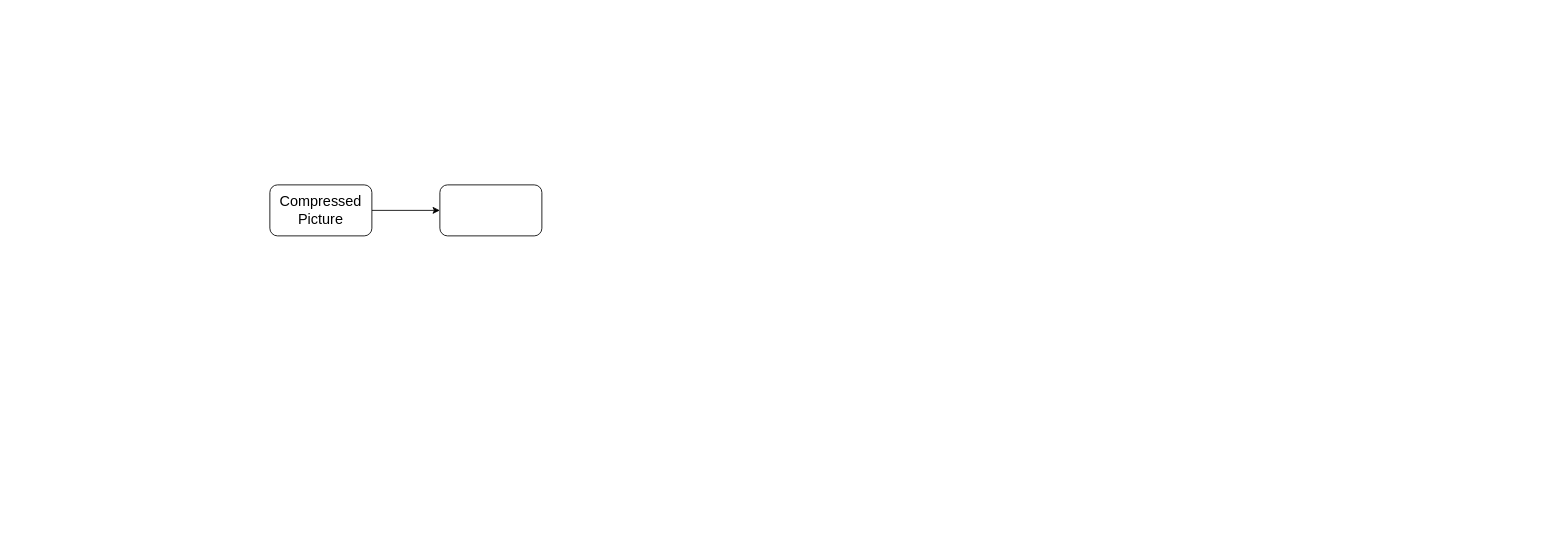
Before: USRP_Final.drawio in ethanul31c/Commlab_Final, a draw.io diagram. Source tidied: cells renumbered, new cells numbered last; positions are measured from the earlier drawing's top-left corner, leaving out a move shared by most shapes. Both pictures are drawn from the tidied source at 85%, with x=0, y=0 at pixel (269, 184).
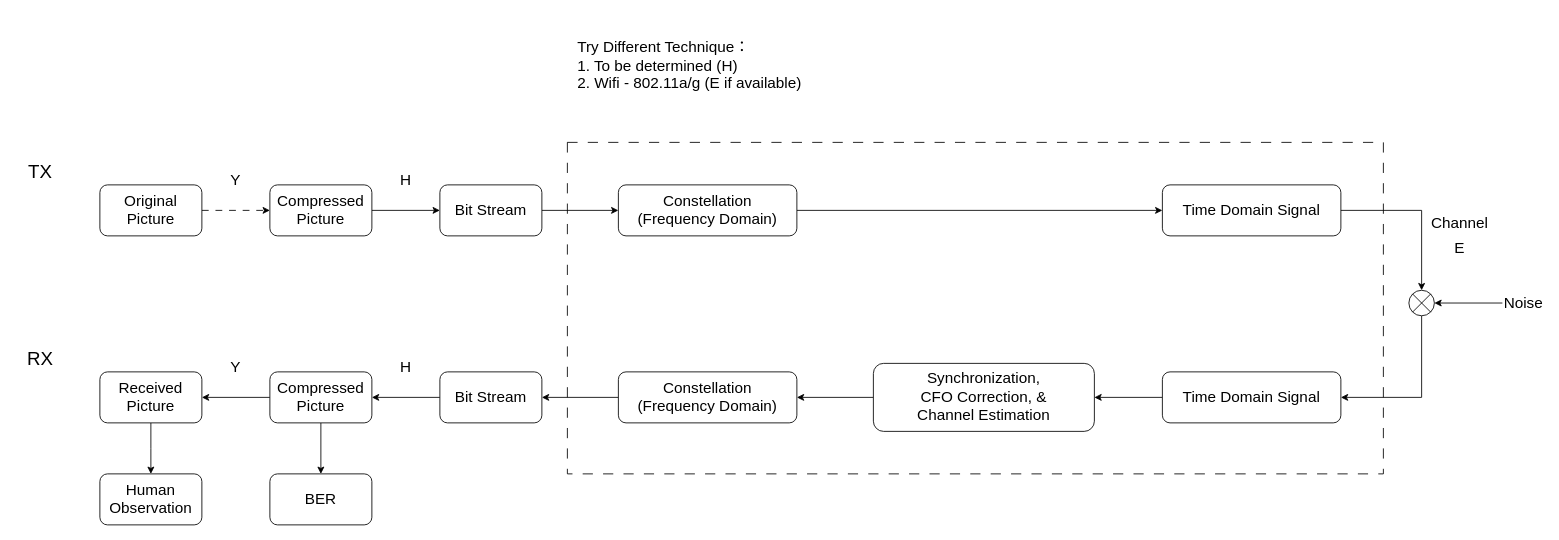
Above is the later version.

What changed in the source:
```diff
@@
-    <mxCell id="3" value="Compressed&lt;div&gt;Picture&lt;/div&gt;" style="rounded=1;whiteSpace=wrap;html=1;fontSize=17;" parent="1" vertex="1">
+    <mxCell id="3" value="Compressed&lt;div&gt;Picture&lt;/div&gt;" style="rounded=1;whiteSpace=wrap;html=1;fontSize=18;" parent="1" vertex="1">
       <mxGeometry width="120" height="60" as="geometry" />
     </mxCell>
+    <mxCell id="5" style="edgeStyle=orthogonalEdgeStyle;rounded=0;jettySize=auto;html=1;exitX=1;exitY=0.5;exitDx=0;exitDy=0;entryX=0;entryY=0.5;entryDx=0;entryDy=0;" parent="1" edge="1" source="4" target="7">
+      <mxGeometry relative="1" as="geometry" />
+    </mxCell>
-    <mxCell id="4" style="rounded=1;whiteSpace=wrap;html=1;" parent="1" vertex="1">
+    <mxCell id="4" value="Bit Stream" style="rounded=1;whiteSpace=wrap;html=1;fontSize=18;" parent="1" vertex="1">
       <mxGeometry x="200" width="120" height="60" as="geometry" />
     </mxCell>
+    <mxCell id="6" style="edgeStyle=orthogonalEdgeStyle;rounded=0;jettySize=auto;html=1;exitX=1;exitY=0.5;exitDx=0;exitDy=0;entryX=0;entryY=0.5;entryDx=0;entryDy=0;" parent="1" edge="1" source="7" target="11">
+      <mxGeometry relative="1" as="geometry" />
+    </mxCell>
+    <mxCell id="7" value="Constellation&lt;div&gt;(Frequency Domain)&lt;/div&gt;" style="rounded=1;whiteSpace=wrap;html=1;fontSize=18;" parent="1" vertex="1">
+      <mxGeometry x="410" width="210" height="60" as="geometry" />
+    </mxCell>
+    <mxCell id="8" style="edgeStyle=orthogonalEdgeStyle;rounded=0;jettySize=auto;html=1;entryX=0;entryY=0.5;entryDx=0;entryDy=0;dashed=1;dashPattern=8 8;" parent="1" edge="1" source="9" target="3">
+      <mxGeometry relative="1" as="geometry" />
+    </mxCell>
+    <mxCell id="9" value="Original&lt;div&gt;Picture&lt;/div&gt;" style="rounded=1;whiteSpace=wrap;html=1;fontSize=18;" parent="1" vertex="1">
+      <mxGeometry x="-200" width="120" height="60" as="geometry" />
+    </mxCell>
+    <mxCell id="10" value="TX" style="text;html=1;align=center;verticalAlign=middle;whiteSpace=wrap;rounded=0;fontSize=22;" parent="1" vertex="1">
+      <mxGeometry x="-300" y="-30" width="60" height="30" as="geometry" />
+    </mxCell>
+    <mxCell id="11" value="Time Domain&amp;nbsp;&lt;span style=&quot;background-color: transparent; color: light-dark(rgb(0, 0, 0), rgb(255, 255, 255));&quot;&gt;Signal&lt;/span&gt;" style="rounded=1;whiteSpace=wrap;html=1;fontSize=18;" parent="1" vertex="1">
+      <mxGeometry x="1050" width="210" height="60" as="geometry" />
+    </mxCell>
+    <mxCell id="12" style="edgeStyle=orthogonalEdgeStyle;rounded=0;jettySize=auto;html=1;exitX=0;exitY=0.5;exitDx=0;exitDy=0;entryX=1;entryY=0.5;entryDx=0;entryDy=0;" parent="1" edge="1" source="13" target="37">
+      <mxGeometry relative="1" as="geometry" />
+    </mxCell>
+    <mxCell id="13" value="Time Domain&amp;nbsp;&lt;span style=&quot;background-color: transparent; color: light-dark(rgb(0, 0, 0), rgb(255, 255, 255));&quot;&gt;Signal&lt;/span&gt;" style="rounded=1;whiteSpace=wrap;html=1;fontSize=18;" parent="1" vertex="1">
+      <mxGeometry x="1050" y="220" width="210" height="60" as="geometry" />
+    </mxCell>
+    <mxCell id="14" value="Channel" style="text;html=1;align=center;verticalAlign=middle;whiteSpace=wrap;rounded=0;fontSize=18;" parent="1" vertex="1">
+      <mxGeometry x="1370" y="30" width="60" height="30" as="geometry" />
+    </mxCell>
+    <mxCell id="15" value="RX" style="text;html=1;align=center;verticalAlign=middle;whiteSpace=wrap;rounded=0;fontSize=22;" parent="1" vertex="1">
+      <mxGeometry x="-300" y="190" width="60" height="30" as="geometry" />
+    </mxCell>
+    <mxCell id="16" style="edgeStyle=orthogonalEdgeStyle;rounded=0;jettySize=auto;html=1;exitX=0.5;exitY=1;exitDx=0;exitDy=0;exitPerimeter=0;entryX=1;entryY=0.5;entryDx=0;entryDy=0;" parent="1" edge="1" source="17" target="13">
+      <mxGeometry relative="1" as="geometry" />
+    </mxCell>
+    <mxCell id="17" style="verticalLabelPosition=bottom;verticalAlign=top;html=1;shape=mxgraph.flowchart.or;" parent="1" vertex="1">
+      <mxGeometry x="1340" y="124" width="30" height="30" as="geometry" />
+    </mxCell>
+    <mxCell id="18" value="Noise" style="text;html=1;align=center;verticalAlign=middle;whiteSpace=wrap;rounded=0;fontSize=18;" parent="1" vertex="1">
+      <mxGeometry x="1450" y="124" width="50" height="30" as="geometry" />
+    </mxCell>
+    <mxCell id="19" style="edgeStyle=orthogonalEdgeStyle;rounded=0;jettySize=auto;html=1;exitX=0;exitY=0.5;exitDx=0;exitDy=0;entryX=1;entryY=0.5;entryDx=0;entryDy=0;" parent="1" edge="1" source="20" target="22">
+      <mxGeometry relative="1" as="geometry" />
+    </mxCell>
+    <mxCell id="20" value="Constellation&lt;div&gt;(Frequency Domain)&lt;/div&gt;" style="rounded=1;whiteSpace=wrap;html=1;fontSize=18;" parent="1" vertex="1">
+      <mxGeometry x="410" y="220" width="210" height="60" as="geometry" />
+    </mxCell>
+    <mxCell id="21" style="edgeStyle=orthogonalEdgeStyle;rounded=0;jettySize=auto;html=1;exitX=0;exitY=0.5;exitDx=0;exitDy=0;entryX=1;entryY=0.5;entryDx=0;entryDy=0;" parent="1" edge="1" source="22" target="25">
+      <mxGeometry relative="1" as="geometry" />
+    </mxCell>
+    <mxCell id="22" value="Bit Stream" style="rounded=1;whiteSpace=wrap;html=1;fontSize=18;" parent="1" vertex="1">
+      <mxGeometry x="200" y="220" width="120" height="60" as="geometry" />
+    </mxCell>
+    <mxCell id="23" style="edgeStyle=orthogonalEdgeStyle;rounded=0;jettySize=auto;html=1;exitX=0;exitY=0.5;exitDx=0;exitDy=0;entryX=1;entryY=0.5;entryDx=0;entryDy=0;" parent="1" edge="1" source="25" target="27">
+      <mxGeometry relative="1" as="geometry" />
+    </mxCell>
+    <mxCell id="24" style="edgeStyle=orthogonalEdgeStyle;rounded=0;jettySize=auto;html=1;exitX=0.5;exitY=1;exitDx=0;exitDy=0;entryX=0.5;entryY=0;entryDx=0;entryDy=0;" parent="1" edge="1" source="25" target="28">
+      <mxGeometry relative="1" as="geometry" />
+    </mxCell>
+    <mxCell id="25" value="Compressed&lt;div&gt;Picture&lt;/div&gt;" style="rounded=1;whiteSpace=wrap;html=1;fontSize=18;" parent="1" vertex="1">
+      <mxGeometry y="220" width="120" height="60" as="geometry" />
+    </mxCell>
+    <mxCell id="26" style="edgeStyle=orthogonalEdgeStyle;rounded=0;jettySize=auto;html=1;exitX=0.5;exitY=1;exitDx=0;exitDy=0;" parent="1" edge="1" source="27">
+      <mxGeometry relative="1" as="geometry">
+        <mxPoint x="-140" y="340" as="targetPoint" />
+      </mxGeometry>
+    </mxCell>
+    <mxCell id="27" value="Received&lt;div&gt;Picture&lt;/div&gt;" style="rounded=1;whiteSpace=wrap;html=1;fontSize=18;" parent="1" vertex="1">
+      <mxGeometry x="-200" y="220" width="120" height="60" as="geometry" />
+    </mxCell>
+    <mxCell id="28" value="BER" style="rounded=1;whiteSpace=wrap;html=1;fontSize=18;" parent="1" vertex="1">
+      <mxGeometry y="340" width="120" height="60" as="geometry" />
+    </mxCell>
+    <mxCell id="29" value="Human&lt;div&gt;Observation&lt;/div&gt;" style="rounded=1;whiteSpace=wrap;html=1;fontSize=18;" parent="1" vertex="1">
+      <mxGeometry x="-200" y="340" width="120" height="60" as="geometry" />
+    </mxCell>
+    <mxCell id="30" value="E" style="text;html=1;align=center;verticalAlign=middle;whiteSpace=wrap;rounded=0;fontSize=18;fontColor=light-dark(#000000,#DAB6FF);" parent="1" vertex="1">
+      <mxGeometry x="1370" y="60" width="60" height="30" as="geometry" />
+    </mxCell>
+    <mxCell id="31" value="Y" style="text;html=1;align=center;verticalAlign=middle;whiteSpace=wrap;rounded=0;fontSize=18;fontColor=light-dark(#000000,#9EEAFF);" parent="1" vertex="1">
+      <mxGeometry x="-70" y="-20" width="60" height="30" as="geometry" />
+    </mxCell>
+    <mxCell id="32" value="Y" style="text;html=1;align=center;verticalAlign=middle;whiteSpace=wrap;rounded=0;fontSize=18;fontColor=light-dark(#000000,#9EEAFF);" parent="1" vertex="1">
+      <mxGeometry x="-70" y="200" width="60" height="30" as="geometry" />
+    </mxCell>
+    <mxCell id="33" style="rounded=0;whiteSpace=wrap;html=1;fillColor=none;dashed=1;dashPattern=12 12;" parent="1" vertex="1">
+      <mxGeometry x="350" y="-50" width="960" height="390" as="geometry" />
+    </mxCell>
+    <mxCell id="34" value="H" style="text;html=1;align=center;verticalAlign=middle;whiteSpace=wrap;rounded=0;fontSize=18;fontColor=light-dark(#000000,#FFF8CE);" parent="1" vertex="1">
+      <mxGeometry x="130" y="-20" width="60" height="30" as="geometry" />
+    </mxCell>
+    <mxCell id="35" value="H" style="text;html=1;align=center;verticalAlign=middle;whiteSpace=wrap;rounded=0;fontSize=18;fontColor=light-dark(#000000,#FFF8CE);" parent="1" vertex="1">
+      <mxGeometry x="130" y="200" width="60" height="30" as="geometry" />
+    </mxCell>
+    <mxCell id="36" style="edgeStyle=orthogonalEdgeStyle;rounded=0;jettySize=auto;html=1;exitX=0;exitY=0.5;exitDx=0;exitDy=0;entryX=1;entryY=0.5;entryDx=0;entryDy=0;" parent="1" edge="1" source="37" target="20">
+      <mxGeometry relative="1" as="geometry" />
+    </mxCell>
+    <mxCell id="37" value="&lt;div&gt;Synchronization,&lt;/div&gt;&lt;div&gt;CFO Correction, &amp;amp;&lt;/div&gt;&lt;div&gt;Channel Estimation&lt;/div&gt;" style="rounded=1;whiteSpace=wrap;html=1;fontSize=18;" parent="1" vertex="1">
+      <mxGeometry x="710" y="210" width="260" height="80" as="geometry" />
+    </mxCell>
+    <mxCell id="38" value="Try Different Technique：&lt;div&gt;1. To be determined (H)&lt;/div&gt;&lt;div&gt;2. Wifi - 802.11a/g (E if available)&lt;/div&gt;" style="text;html=1;align=left;verticalAlign=middle;whiteSpace=wrap;rounded=0;fontSize=18;" parent="1" vertex="1">
+      <mxGeometry x="360" y="-200" width="290" height="120" as="geometry" />
+    </mxCell>
+    <mxCell id="39" style="edgeStyle=orthogonalEdgeStyle;rounded=0;jettySize=auto;html=1;exitX=1;exitY=0.5;exitDx=0;exitDy=0;entryX=0.5;entryY=0;entryDx=0;entryDy=0;entryPerimeter=0;" parent="1" edge="1" source="11" target="17">
+      <mxGeometry relative="1" as="geometry" />
+    </mxCell>
+    <mxCell id="40" style="edgeStyle=orthogonalEdgeStyle;rounded=0;jettySize=auto;html=1;entryX=1;entryY=0.5;entryDx=0;entryDy=0;entryPerimeter=0;" parent="1" edge="1" source="18" target="17">
+      <mxGeometry relative="1" as="geometry" />
+    </mxCell>
```
